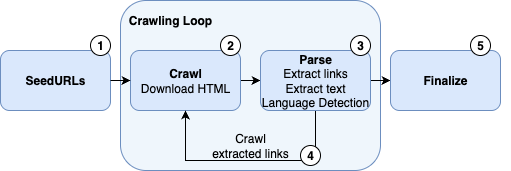
Above: images/flowchart.drawio.png in jnehring/crawlzilla (draw.io), before the change. Source tidied: cells renumbered, new cells last; positions are measured from the earlier drawing's top-left corner, leaving out a move shared by most shapes.
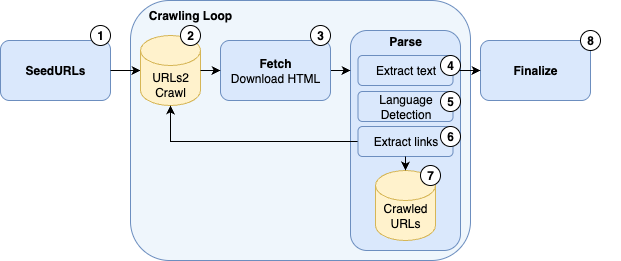
Later version of the same file.

What changed in the source:
```diff
@@ -2,73 +2,116 @@
   <root>
     <mxCell id="0" />
     <mxCell id="1" parent="0" />
-    <mxCell id="2" style="rounded=1;whiteSpace=wrap;html=1;fillColor=#EFF6FC;strokeColor=#6c8ebf;" parent="1" vertex="1">
-      <mxGeometry x="120" width="260" height="170" as="geometry" />
+    <mxCell id="2" style="rounded=1;whiteSpace=wrap;html=1;fillColor=#EFF6FC;strokeColor=#6c8ebf;fontStyle=4;" parent="1" vertex="1">
+      <mxGeometry x="150" y="10" width="340" height="260" as="geometry" />
     </mxCell>
+    <mxCell id="23" style="rounded=1;whiteSpace=wrap;html=1;fillColor=#dae8fc;strokeColor=#6c8ebf;" parent="1" vertex="1">
+      <mxGeometry x="370" y="40" width="110" height="220" as="geometry" />
+    </mxCell>
     <mxCell id="3" value="SeedURLs" style="rounded=1;whiteSpace=wrap;html=1;fillColor=#dae8fc;strokeColor=#6c8ebf;fontStyle=1;" parent="1" vertex="1">
-      <mxGeometry y="50" width="110" height="60" as="geometry" />
+      <mxGeometry x="20" y="50" width="110" height="60" as="geometry" />
     </mxCell>
-    <mxCell id="4" style="edgeStyle=orthogonalEdgeStyle;rounded=0;jettySize=auto;html=1;exitX=1;exitY=0.5;exitDx=0;exitDy=0;entryX=0;entryY=0.5;entryDx=0;entryDy=0;" parent="1" edge="1" source="5" target="8">
-      <mxGeometry relative="1" as="geometry" />
+    <mxCell id="4" style="edgeStyle=orthogonalEdgeStyle;rounded=0;orthogonalLoop=1;jettySize=auto;html=1;exitX=1;exitY=0.5;exitDx=0;exitDy=0;entryX=0;entryY=0.5;entryDx=0;entryDy=0;" parent="1" edge="1">
+      <mxGeometry relative="1" as="geometry">
+        <mxPoint x="350" y="80" as="sourcePoint" />
+        <mxPoint x="370" y="80" as="targetPoint" />
+      </mxGeometry>
     </mxCell>
-    <mxCell id="5" value="&lt;b&gt;Crawl&lt;/b&gt;&lt;br&gt;Download HTML" style="rounded=1;whiteSpace=wrap;html=1;fillColor=#dae8fc;strokeColor=#6c8ebf;" parent="1" vertex="1">
-      <mxGeometry x="130" y="50" width="110" height="60" as="geometry" />
+    <mxCell id="5" value="&lt;b&gt;Fetch&lt;/b&gt;&lt;br&gt;Download HTML" style="rounded=1;whiteSpace=wrap;html=1;fillColor=#dae8fc;strokeColor=#6c8ebf;" parent="1" vertex="1">
+      <mxGeometry x="240" y="50" width="110" height="60" as="geometry" />
     </mxCell>
-    <mxCell id="6" style="edgeStyle=orthogonalEdgeStyle;rounded=0;jettySize=auto;html=1;exitX=0.5;exitY=1;exitDx=0;exitDy=0;entryX=0.5;entryY=1;entryDx=0;entryDy=0;" parent="1" edge="1" source="8" target="5">
-      <mxGeometry relative="1" as="geometry">
-        <Array as="points">
-          <mxPoint x="310" y="160" />
-          <mxPoint x="180" y="160" />
-        </Array>
-      </mxGeometry>
-    </mxCell>
-    <mxCell id="7" style="edgeStyle=orthogonalEdgeStyle;rounded=0;jettySize=auto;html=1;exitX=1;exitY=0.5;exitDx=0;exitDy=0;entryX=0;entryY=0.5;entryDx=0;entryDy=0;" parent="1" edge="1" source="8" target="9">
-      <mxGeometry relative="1" as="geometry" />
-    </mxCell>
-    <mxCell id="8" value="&lt;b&gt;Parse&lt;/b&gt;&lt;br&gt;Extract links&lt;div&gt;Extract text&lt;/div&gt;&lt;div&gt;Language Detection&lt;/div&gt;" style="rounded=1;whiteSpace=wrap;html=1;fillColor=#dae8fc;strokeColor=#6c8ebf;" parent="1" vertex="1">
-      <mxGeometry x="260" y="50" width="110" height="60" as="geometry" />
-    </mxCell>
     <mxCell id="9" value="Finalize" style="rounded=1;whiteSpace=wrap;html=1;fillColor=#dae8fc;strokeColor=#6c8ebf;fontStyle=1;" parent="1" vertex="1">
-      <mxGeometry x="390" y="50" width="110" height="60" as="geometry" />
+      <mxGeometry x="500" y="50" width="110" height="60" as="geometry" />
     </mxCell>
-    <mxCell id="10" style="endArrow=classic;html=1;rounded=0;exitX=1;exitY=0.5;exitDx=0;exitDy=0;entryX=0;entryY=0.5;entryDx=0;entryDy=0;" parent="1" edge="1" source="3" target="5">
+    <mxCell id="10" style="endArrow=classic;html=1;rounded=0;exitX=1;exitY=0.5;exitDx=0;exitDy=0;entryX=0;entryY=0;entryDx=0;entryDy=0;" parent="1" edge="1" source="3" target="28">
       <mxGeometry relative="1" as="geometry" />
     </mxCell>
-    <mxCell id="11" value="Crawl extracted links" style="text;html=1;align=center;verticalAlign=middle;whiteSpace=wrap;rounded=0;" parent="1" vertex="1">
-      <mxGeometry x="210" y="130" width="80" height="30" as="geometry" />
-    </mxCell>
     <mxCell id="12" style="ellipse;whiteSpace=wrap;html=1;" parent="1" vertex="1">
-      <mxGeometry x="90" y="35" width="20" height="20" as="geometry" />
+      <mxGeometry x="110" y="35" width="20" height="20" as="geometry" />
     </mxCell>
     <mxCell id="13" value="1" style="text;html=1;align=center;verticalAlign=middle;whiteSpace=wrap;rounded=0;fontStyle=1;" parent="1" vertex="1">
-      <mxGeometry x="70" y="30" width="60" height="30" as="geometry" />
+      <mxGeometry x="90" y="30" width="60" height="30" as="geometry" />
     </mxCell>
     <mxCell id="14" style="ellipse;whiteSpace=wrap;html=1;" parent="1" vertex="1">
-      <mxGeometry x="220" y="35" width="20" height="20" as="geometry" />
+      <mxGeometry x="330" y="35" width="20" height="20" as="geometry" />
     </mxCell>
-    <mxCell id="15" value="2" style="text;html=1;align=center;verticalAlign=middle;whiteSpace=wrap;rounded=0;fontStyle=1;" parent="1" vertex="1">
-      <mxGeometry x="200" y="30" width="60" height="30" as="geometry" />
+    <mxCell id="15" value="3" style="text;html=1;align=center;verticalAlign=middle;whiteSpace=wrap;rounded=0;fontStyle=1;" parent="1" vertex="1">
+      <mxGeometry x="310" y="30" width="60" height="30" as="geometry" />
     </mxCell>
-    <mxCell id="16" style="ellipse;whiteSpace=wrap;html=1;" parent="1" vertex="1">
-      <mxGeometry x="350" y="35" width="20" height="20" as="geometry" />
-    </mxCell>
-    <mxCell id="17" value="3" style="text;html=1;align=center;verticalAlign=middle;whiteSpace=wrap;rounded=0;fontStyle=1;" parent="1" vertex="1">
-      <mxGeometry x="330" y="30" width="60" height="30" as="geometry" />
-    </mxCell>
-    <mxCell id="18" style="ellipse;whiteSpace=wrap;html=1;" parent="1" vertex="1">
-      <mxGeometry x="300" y="145" width="20" height="20" as="geometry" />
-    </mxCell>
+    <mxCell id="22" value="Crawling Loop" style="text;html=1;align=center;verticalAlign=middle;whiteSpace=wrap;rounded=0;fontStyle=1;" parent="1" vertex="1">
+      <mxGeometry x="160" y="10" width="100" height="30" as="geometry" />
+    </mxCell>
+    <mxCell id="24" style="shape=cylinder3;whiteSpace=wrap;html=1;boundedLbl=1;backgroundOutline=1;size=15;fillColor=#fff2cc;strokeColor=#d6b656;" parent="1" vertex="1">
+      <mxGeometry x="395" y="180" width="60" height="70" as="geometry" />
+    </mxCell>
+    <mxCell id="25" value="Crawled&lt;br&gt;URLs" style="text;html=1;align=center;verticalAlign=middle;whiteSpace=wrap;rounded=0;" parent="1" vertex="1">
+      <mxGeometry x="395" y="208" width="60" height="33" as="geometry" />
+    </mxCell>
+    <mxCell id="26" style="shape=cylinder3;whiteSpace=wrap;html=1;boundedLbl=1;backgroundOutline=1;size=15;fillColor=#fff2cc;strokeColor=#d6b656;" parent="1" vertex="1">
+      <mxGeometry x="160" y="45" width="60" height="70" as="geometry" />
+    </mxCell>
+    <mxCell id="27" style="edgeStyle=orthogonalEdgeStyle;rounded=0;jettySize=auto;html=1;exitX=1;exitY=0;exitDx=0;exitDy=0;entryX=0;entryY=0.5;entryDx=0;entryDy=0;" parent="1" edge="1" source="28" target="5">
+      <mxGeometry relative="1" as="geometry" />
+    </mxCell>
+    <mxCell id="28" value="URLs2&lt;br&gt;Crawl" style="text;html=1;align=center;verticalAlign=middle;whiteSpace=wrap;rounded=0;" parent="1" vertex="1">
+      <mxGeometry x="160" y="80" width="60" height="28" as="geometry" />
+    </mxCell>
+    <mxCell id="29" style="ellipse;whiteSpace=wrap;html=1;" parent="1" vertex="1">
+      <mxGeometry x="200" y="35" width="20" height="20" as="geometry" />
+    </mxCell>
+    <mxCell id="30" value="2" style="text;html=1;align=center;verticalAlign=middle;whiteSpace=wrap;rounded=0;fontStyle=1;" parent="1" vertex="1">
+      <mxGeometry x="180" y="30" width="60" height="30" as="geometry" />
+    </mxCell>
+    <mxCell id="31" style="edgeStyle=orthogonalEdgeStyle;rounded=0;jettySize=auto;html=1;exitX=0;exitY=0.5;exitDx=0;exitDy=0;entryX=0.5;entryY=1;entryDx=0;entryDy=0;entryPerimeter=0;" parent="1" edge="1" source="32" target="26">
+      <mxGeometry relative="1" as="geometry" />
+    </mxCell>
+    <mxCell id="32" value="Extract links" style="rounded=1;whiteSpace=wrap;html=1;fillColor=#dae8fc;strokeColor=#6c8ebf;" parent="1" vertex="1">
+      <mxGeometry x="377.5" y="136" width="95" height="30" as="geometry" />
+    </mxCell>
+    <mxCell id="33" style="edgeStyle=orthogonalEdgeStyle;rounded=0;jettySize=auto;html=1;exitX=1;exitY=0.5;exitDx=0;exitDy=0;entryX=0;entryY=0.5;entryDx=0;entryDy=0;" parent="1" edge="1" source="34" target="9">
+      <mxGeometry relative="1" as="geometry" />
+    </mxCell>
+    <mxCell id="34" value="Extract text" style="rounded=1;whiteSpace=wrap;html=1;fillColor=#dae8fc;strokeColor=#6c8ebf;" parent="1" vertex="1">
+      <mxGeometry x="377.5" y="65" width="95" height="30" as="geometry" />
+    </mxCell>
+    <mxCell id="35" value="Language Detection" style="rounded=1;whiteSpace=wrap;html=1;fillColor=#dae8fc;strokeColor=#6c8ebf;" parent="1" vertex="1">
+      <mxGeometry x="377.5" y="101" width="95" height="30" as="geometry" />
+    </mxCell>
+    <mxCell id="36" value="Parse" style="text;html=1;align=center;verticalAlign=middle;whiteSpace=wrap;rounded=0;fontStyle=1;" parent="1" vertex="1">
+      <mxGeometry x="395" y="36" width="60" height="30" as="geometry" />
+    </mxCell>
+    <mxCell id="37" style="edgeStyle=orthogonalEdgeStyle;rounded=0;jettySize=auto;html=1;exitX=0.5;exitY=1;exitDx=0;exitDy=0;entryX=0.5;entryY=0;entryDx=0;entryDy=0;entryPerimeter=0;" parent="1" edge="1" source="32" target="24">
+      <mxGeometry relative="1" as="geometry" />
+    </mxCell>
+    <mxCell id="38" style="ellipse;whiteSpace=wrap;html=1;" parent="1" vertex="1">
+      <mxGeometry x="460" y="65" width="20" height="20" as="geometry" />
+    </mxCell>
     <mxCell id="19" value="4" style="text;html=1;align=center;verticalAlign=middle;whiteSpace=wrap;rounded=0;fontStyle=1;" parent="1" vertex="1">
-      <mxGeometry x="280" y="140" width="60" height="30" as="geometry" />
+      <mxGeometry x="440" y="60" width="60" height="30" as="geometry" />
     </mxCell>
+    <mxCell id="39" style="ellipse;whiteSpace=wrap;html=1;" parent="1" vertex="1">
+      <mxGeometry x="460" y="101" width="20" height="20" as="geometry" />
+    </mxCell>
+    <mxCell id="40" value="5" style="text;html=1;align=center;verticalAlign=middle;whiteSpace=wrap;rounded=0;fontStyle=1;" parent="1" vertex="1">
+      <mxGeometry x="440" y="96" width="60" height="30" as="geometry" />
+    </mxCell>
+    <mxCell id="41" style="ellipse;whiteSpace=wrap;html=1;" parent="1" vertex="1">
+      <mxGeometry x="460" y="136" width="20" height="20" as="geometry" />
+    </mxCell>
+    <mxCell id="42" value="6" style="text;html=1;align=center;verticalAlign=middle;whiteSpace=wrap;rounded=0;fontStyle=1;" parent="1" vertex="1">
+      <mxGeometry x="440" y="131" width="60" height="30" as="geometry" />
+    </mxCell>
     <mxCell id="20" style="ellipse;whiteSpace=wrap;html=1;" parent="1" vertex="1">
-      <mxGeometry x="470" y="35" width="20" height="20" as="geometry" />
+      <mxGeometry x="440" y="175" width="20" height="20" as="geometry" />
     </mxCell>
-    <mxCell id="21" value="5" style="text;html=1;align=center;verticalAlign=middle;whiteSpace=wrap;rounded=0;fontStyle=1;" parent="1" vertex="1">
-      <mxGeometry x="450" y="30" width="60" height="30" as="geometry" />
+    <mxCell id="21" value="7" style="text;html=1;align=center;verticalAlign=middle;whiteSpace=wrap;rounded=0;fontStyle=1;" parent="1" vertex="1">
+      <mxGeometry x="420" y="170" width="60" height="30" as="geometry" />
     </mxCell>
-    <mxCell id="22" value="Crawling Loop" style="text;html=1;align=center;verticalAlign=middle;whiteSpace=wrap;rounded=0;fontStyle=1;" parent="1" vertex="1">
-      <mxGeometry x="120" y="5" width="100" height="30" as="geometry" />
-    </mxCell>
+    <mxCell id="43" style="ellipse;whiteSpace=wrap;html=1;" parent="1" vertex="1">
+      <mxGeometry x="600" y="40" width="20" height="20" as="geometry" />
+    </mxCell>
+    <mxCell id="44" value="8" style="text;html=1;align=center;verticalAlign=middle;whiteSpace=wrap;rounded=0;fontStyle=1;" parent="1" vertex="1">
+      <mxGeometry x="580" y="35" width="60" height="30" as="geometry" />
+    </mxCell>
   </root>
 </mxGraphModel>
```
